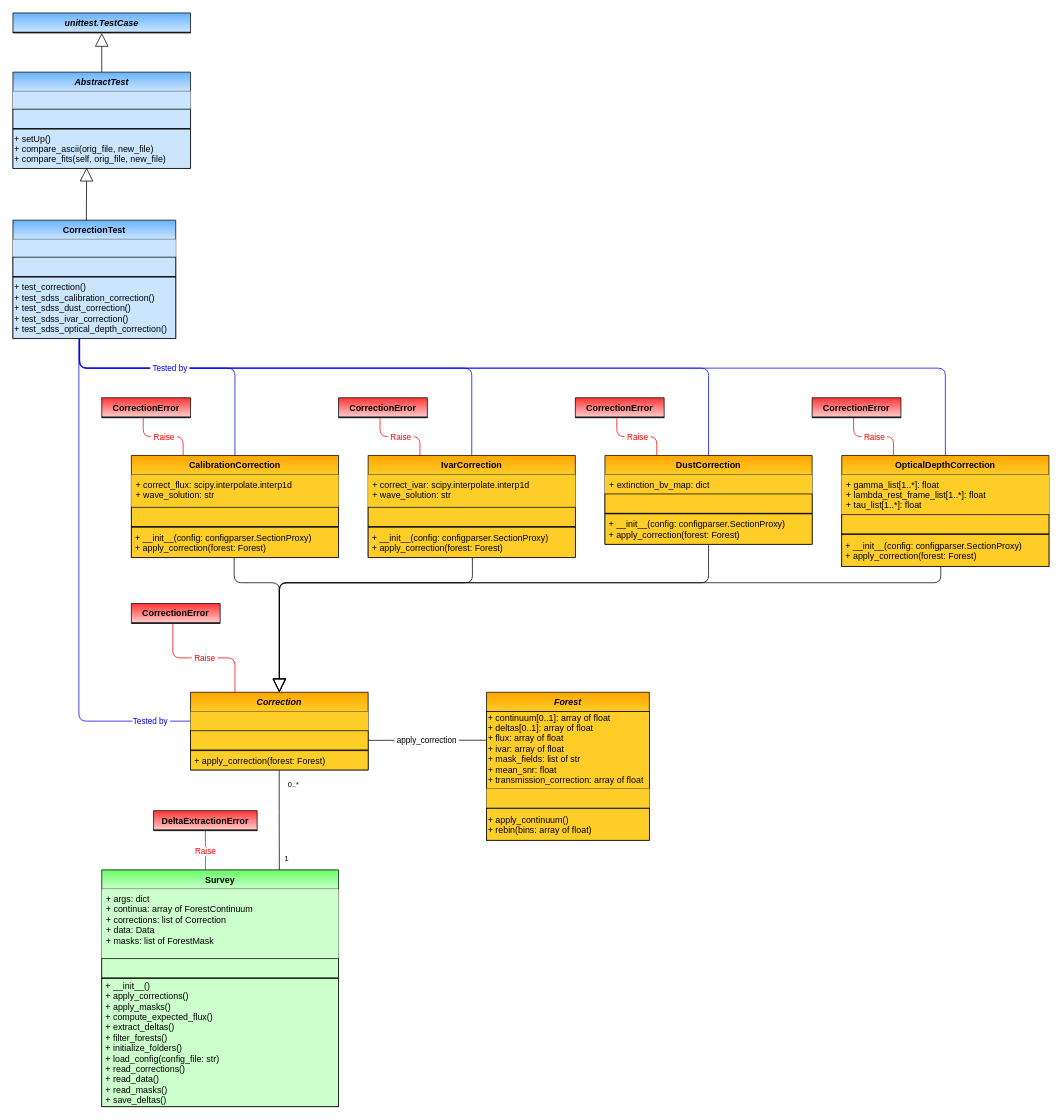
Earlier version of the draw.io diagram page "Correction" (3 of 7) of docs/delta_extraction/data_model/data_model.drawio (igmhub/picca). Source tidied: cells renumbered, new cells numbered last; positions are measured from the earlier drawing's top-left corner, leaving out a move shared by most shapes. Both pictures are drawn from the tidied source at 74%, with x=0, y=0 at pixel (13, 13).
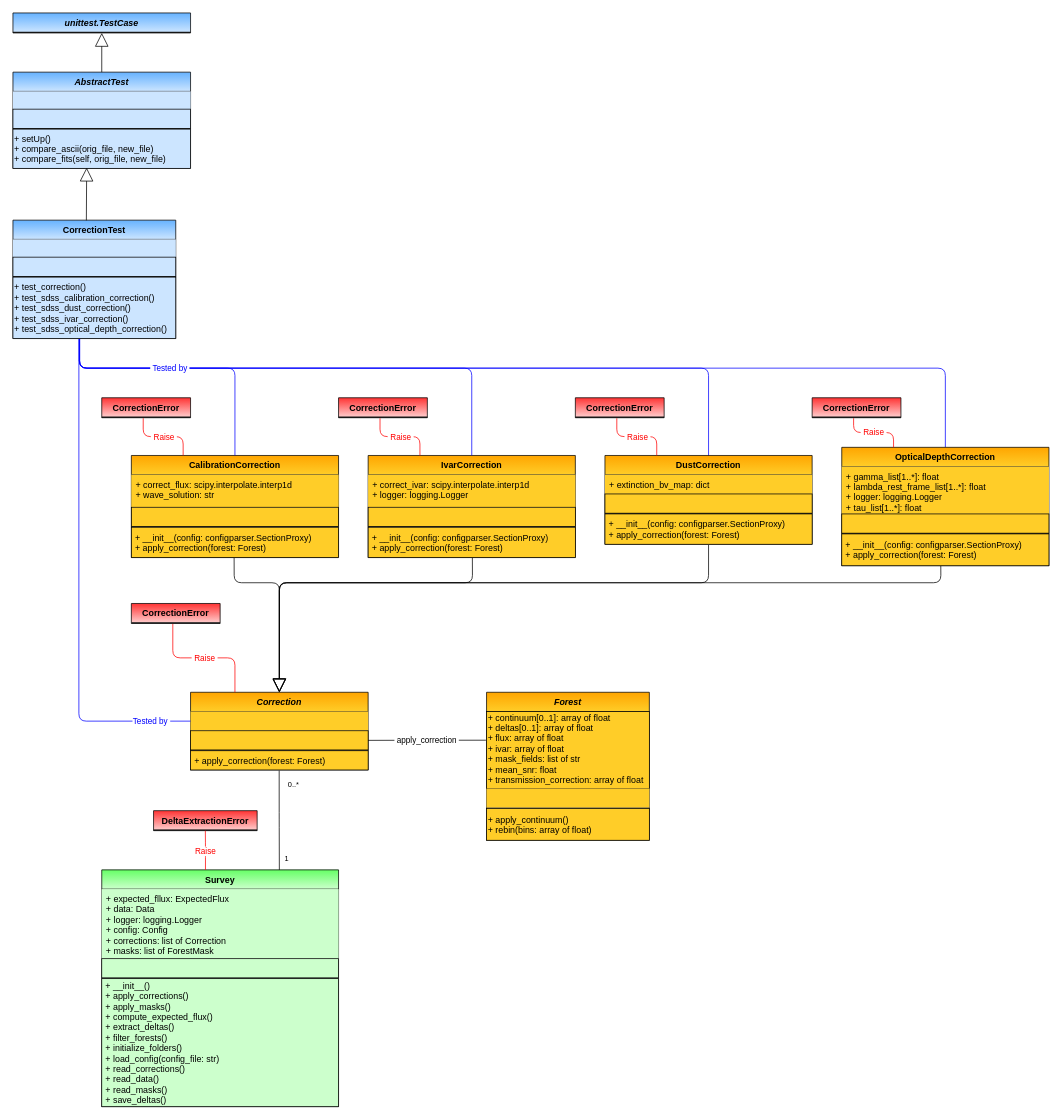
The same diagram, later.

Commit message (it also covers changes not shown here):
updated data model

The change refers to these unchanged cells:
```xml
<mxCell id="10" value="Survey" style="swimlane;fontStyle=1;horizontal=1;startSize=26;swimlaneFillColor=#ffffff;rounded=0;shadow=0;glass=0;comic=0;strokeColor=#000000;swimlaneLine=1;gradientDirection=north;fillColor=#CCFFCC;gradientColor=#66FF66;" parent="1" vertex="1">
  <mxGeometry x="120" y="1158" width="320" height="320" as="geometry" />
</mxCell>
<mxCell id="25" value="IvarCorrection" style="swimlane;fontStyle=1;horizontal=1;startSize=26;fillColor=#ffcd28;swimlaneFillColor=#ffffff;rounded=0;shadow=0;glass=0;comic=0;strokeColor=#000000;gradientColor=#ffa500;swimlaneLine=1;gradientDirection=north;" parent="1" vertex="1">
  <mxGeometry x="480" y="598" width="280" height="138" as="geometry" />
</mxCell>
```

Diff of the diagram source:
```diff
@@
-    <mxCell id="11" value="+ args: dict&#10;+ continua: array of ForestContinuum&#10;+ corrections: list of Correction&#10;+ data: Data&#10;+ masks: list of ForestMask&#10;" style="text;strokeColor=none;align=left;verticalAlign=top;spacingLeft=4;spacingRight=4;overflow=hidden;gradientColor=none;fillColor=#CCFFCC;" parent="10" vertex="1">
+    <mxCell id="11" value="+ expected_fllux: ExpectedFlux&#10;+ data: Data&#10;+ logger: logging.Logger&#10;+ config: Config&#10;+ corrections: list of Correction&#10;+ masks: list of ForestMask" style="text;strokeColor=none;align=left;verticalAlign=top;spacingLeft=4;spacingRight=4;overflow=hidden;gradientColor=none;fillColor=#CCFFCC;" parent="10" vertex="1">
       <mxGeometry y="26" width="320" height="94" as="geometry" />
     </mxCell>
@@
-    <mxCell id="26" value="+ correct_ivar: scipy.interpolate.interp1d&#10;+ wave_solution: str" style="text;strokeColor=none;fillColor=#ffcd28;align=left;verticalAlign=top;spacingLeft=4;spacingRight=4;overflow=hidden;gradientColor=none;" parent="25" vertex="1">
+    <mxCell id="26" value="+ correct_ivar: scipy.interpolate.interp1d&#10;+ logger: logging.Logger" style="text;strokeColor=none;fillColor=#ffcd28;align=left;verticalAlign=top;spacingLeft=4;spacingRight=4;overflow=hidden;gradientColor=none;" parent="25" vertex="1">
       <mxGeometry y="26" width="280" height="44" as="geometry" />
     </mxCell>
@@
     <mxCell id="35" value="OpticalDepthCorrection" style="swimlane;fontStyle=1;horizontal=1;startSize=26;fillColor=#ffcd28;swimlaneFillColor=#ffffff;rounded=0;shadow=0;glass=0;comic=0;strokeColor=#000000;gradientColor=#ffa500;swimlaneLine=1;gradientDirection=north;" parent="1" vertex="1">
-      <mxGeometry x="1120" y="598" width="280" height="150" as="geometry" />
+      <mxGeometry x="1120" y="587" width="280" height="160" as="geometry" />
     </mxCell>
-    <mxCell id="36" value="+ gamma_list[1..*]: float&#10;+ lambda_rest_frame_list[1..*]: float&#10;+ tau_list[1..*]: float" style="text;strokeColor=none;fillColor=#ffcd28;align=left;verticalAlign=top;spacingLeft=4;spacingRight=4;overflow=hidden;gradientColor=none;" parent="35" vertex="1">
-      <mxGeometry y="26" width="280" height="54" as="geometry" />
+    <mxCell id="36" value="+ gamma_list[1..*]: float&#10;+ lambda_rest_frame_list[1..*]: float&#10;+ logger: logging.Logger&#10;+ tau_list[1..*]: float" style="text;strokeColor=none;fillColor=#ffcd28;align=left;verticalAlign=top;spacingLeft=4;spacingRight=4;overflow=hidden;gradientColor=none;" parent="35" vertex="1">
+      <mxGeometry y="26" width="280" height="64" as="geometry" />
     </mxCell>
     <mxCell id="37" style="text;strokeColor=#000000;fillColor=#ffcd28;align=left;verticalAlign=middle;overflow=hidden;rounded=0;shadow=0;glass=0;comic=0;fontStyle=0;gradientColor=none;swimlaneFillColor=#ffffff;gradientDirection=north;startSize=26;" parent="35" vertex="1">
-      <mxGeometry y="80" width="280" height="26" as="geometry" />
+      <mxGeometry y="90" width="280" height="26" as="geometry" />
     </mxCell>
     <mxCell id="38" style="line;strokeWidth=1;fillColor=none;align=left;verticalAlign=middle;spacingTop=-1;spacingLeft=3;spacingRight=3;labelPosition=right;rounded=0;shadow=0;glass=0;comic=0;" parent="35" vertex="1">
-      <mxGeometry y="106" width="280" height="1" as="geometry" />
+      <mxGeometry y="116" width="280" height="1" as="geometry" />
     </mxCell>
     <mxCell id="39" value=" + __init__(config: configparser.SectionProxy)&#10; + apply_correction(forest: Forest)" style="text;strokeColor=#000000;fillColor=#ffcd28;align=left;verticalAlign=middle;overflow=hidden;points=[[0,0.5],[1,0.5]];portConstraint=eastwest;rounded=0;shadow=0;glass=0;comic=0;fontStyle=0;gradientColor=none;swimlaneFillColor=#ffffff;gradientDirection=north;startSize=26;" parent="35" vertex="1">
-      <mxGeometry y="107" width="280" height="43" as="geometry" />
+      <mxGeometry y="117" width="280" height="43" as="geometry" />
     </mxCell>
```
